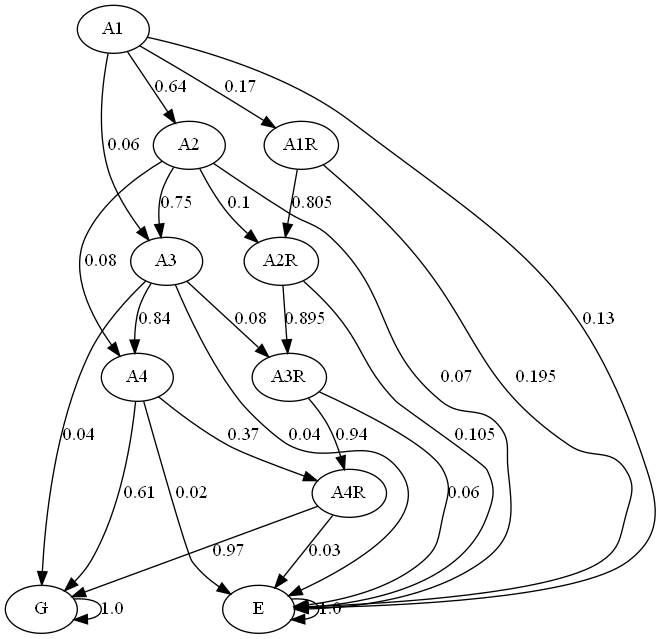
Earlier version of the Graphviz export graph/markov.png (JulianaFerreira/educacao). Its source is kept beside it as graph/markov.dot.
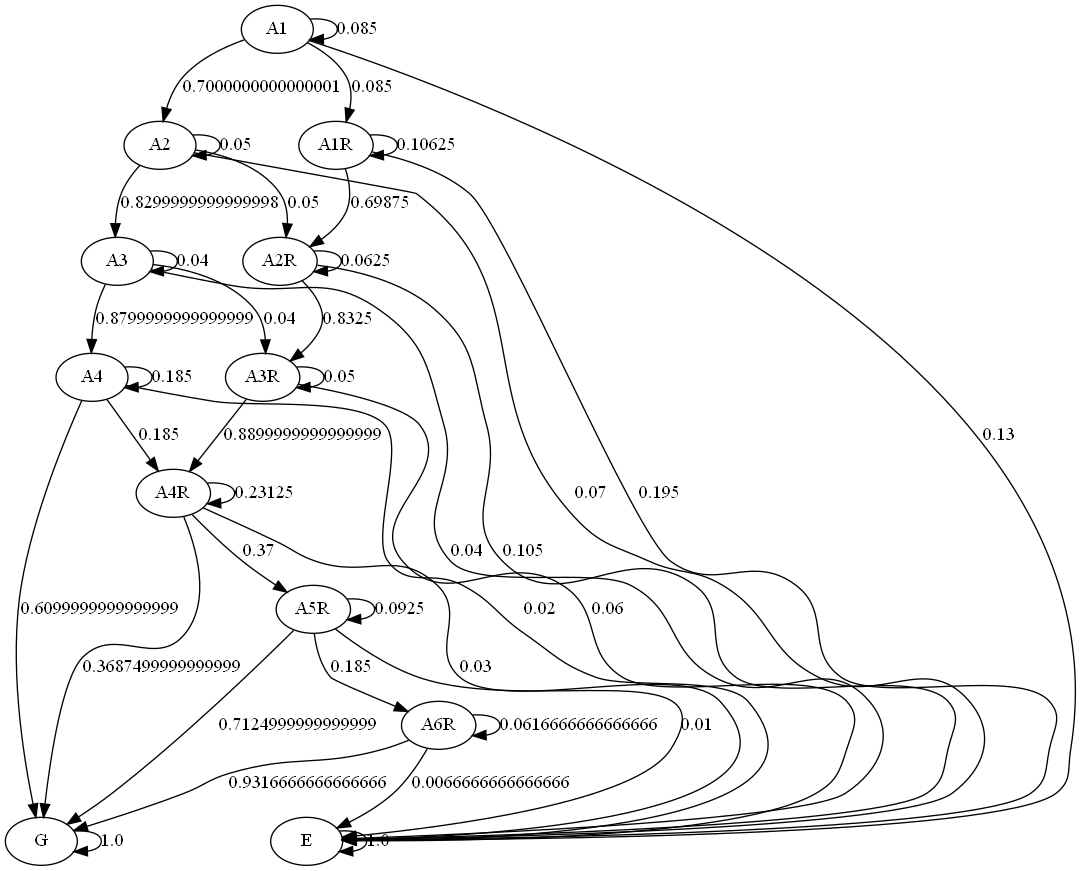
After the change.

Diff of the diagram source:
```diff
@@ -7,31 +7,46 @@
 A2R;
 A3R;
 A4R;
+A5R;
+A6R;
 G;
 E;
-A1 -> A2  [key=0, label="0.64", weight="0.64"];
-A1 -> A3  [key=0, label="0.06", weight="0.06"];
-A1 -> A1R  [key=0, label="0.17", weight="0.17"];
+A1 -> A1  [key=0, label="0.085", weight="0.085"];
+A1 -> A2  [key=0, label="0.7000000000000001", weight="0.7000000000000001"];
+A1 -> A1R  [key=0, label="0.085", weight="0.085"];
 A1 -> E  [key=0, label="0.13", weight="0.13"];
-A2 -> A3  [key=0, label="0.75", weight="0.75"];
-A2 -> A4  [key=0, label="0.08", weight="0.08"];
-A2 -> A2R  [key=0, label="0.1", weight="0.1"];
+A2 -> A2  [key=0, label="0.05", weight="0.05"];
+A2 -> A3  [key=0, label="0.8299999999999998", weight="0.8299999999999998"];
+A2 -> A2R  [key=0, label="0.05", weight="0.05"];
 A2 -> E  [key=0, label="0.07", weight="0.07"];
-A3 -> A4  [key=0, label="0.84", weight="0.84"];
-A3 -> A3R  [key=0, label="0.08", weight="0.08"];
-A3 -> G  [key=0, label="0.04", weight="0.04"];
+A3 -> A3  [key=0, label="0.04", weight="0.04"];
+A3 -> A4  [key=0, label="0.8799999999999999", weight="0.8799999999999999"];
+A3 -> A3R  [key=0, label="0.04", weight="0.04"];
 A3 -> E  [key=0, label="0.04", weight="0.04"];
-A4 -> A4R  [key=0, label="0.37", weight="0.37"];
-A4 -> G  [key=0, label="0.61", weight="0.61"];
+A4 -> A4  [key=0, label="0.185", weight="0.185"];
+A4 -> A4R  [key=0, label="0.185", weight="0.185"];
+A4 -> G  [key=0, label="0.6099999999999999", weight="0.6099999999999999"];
 A4 -> E  [key=0, label="0.02", weight="0.02"];
-A1R -> A2R  [key=0, label="0.805", weight="0.805"];
+A1R -> A1R  [key=0, label="0.10625", weight="0.10625"];
+A1R -> A2R  [key=0, label="0.69875", weight="0.69875"];
 A1R -> E  [key=0, label="0.195", weight="0.195"];
-A2R -> A3R  [key=0, label="0.895", weight="0.895"];
+A2R -> A2R  [key=0, label="0.0625", weight="0.0625"];
+A2R -> A3R  [key=0, label="0.8325", weight="0.8325"];
 A2R -> E  [key=0, label="0.105", weight="0.105"];
-A3R -> A4R  [key=0, label="0.94", weight="0.94"];
+A3R -> A3R  [key=0, label="0.05", weight="0.05"];
+A3R -> A4R  [key=0, label="0.8899999999999999", weight="0.8899999999999999"];
 A3R -> E  [key=0, label="0.06", weight="0.06"];
-A4R -> G  [key=0, label="0.97", weight="0.97"];
+A4R -> A4R  [key=0, label="0.23125", weight="0.23125"];
+A4R -> A5R  [key=0, label="0.37", weight="0.37"];
+A4R -> G  [key=0, label="0.3687499999999999", weight="0.3687499999999999"];
 A4R -> E  [key=0, label="0.03", weight="0.03"];
+A5R -> A5R  [key=0, label="0.0925", weight="0.0925"];
+A5R -> A6R  [key=0, label="0.185", weight="0.185"];
+A5R -> G  [key=0, label="0.7124999999999999", weight="0.7124999999999999"];
+A5R -> E  [key=0, label="0.01", weight="0.01"];
+A6R -> A6R  [key=0, label="0.0616666666666666", weight="0.0616666666666666"];
+A6R -> G  [key=0, label="0.9316666666666666", weight="0.9316666666666666"];
+A6R -> E  [key=0, label="0.0066666666666666", weight="0.0066666666666666"];
 G -> G  [key=0, label="1.0", weight="1.0"];
 E -> E  [key=0, label="1.0", weight="1.0"];
 }
```
